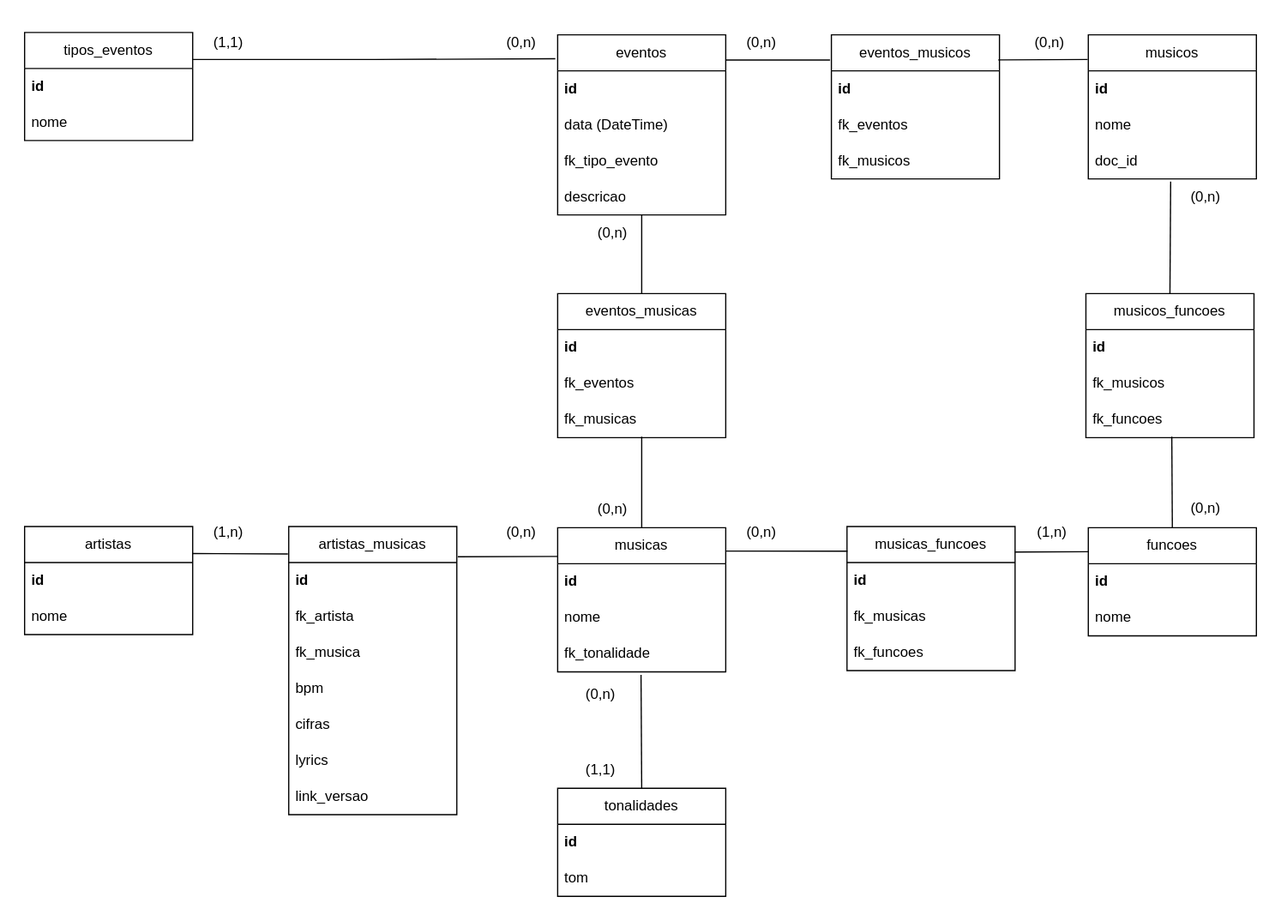
This is doc/assets/modelo_entidade_relacionamento-MER_ver4.drawio.svg from gabriel-txt/EscalaCanto, a draw.io export, as it was before one commit. Source tidied: cells renumbered, new cells last; positions are measured from the earlier drawing's top-left corner, leaving out a move shared by most shapes.
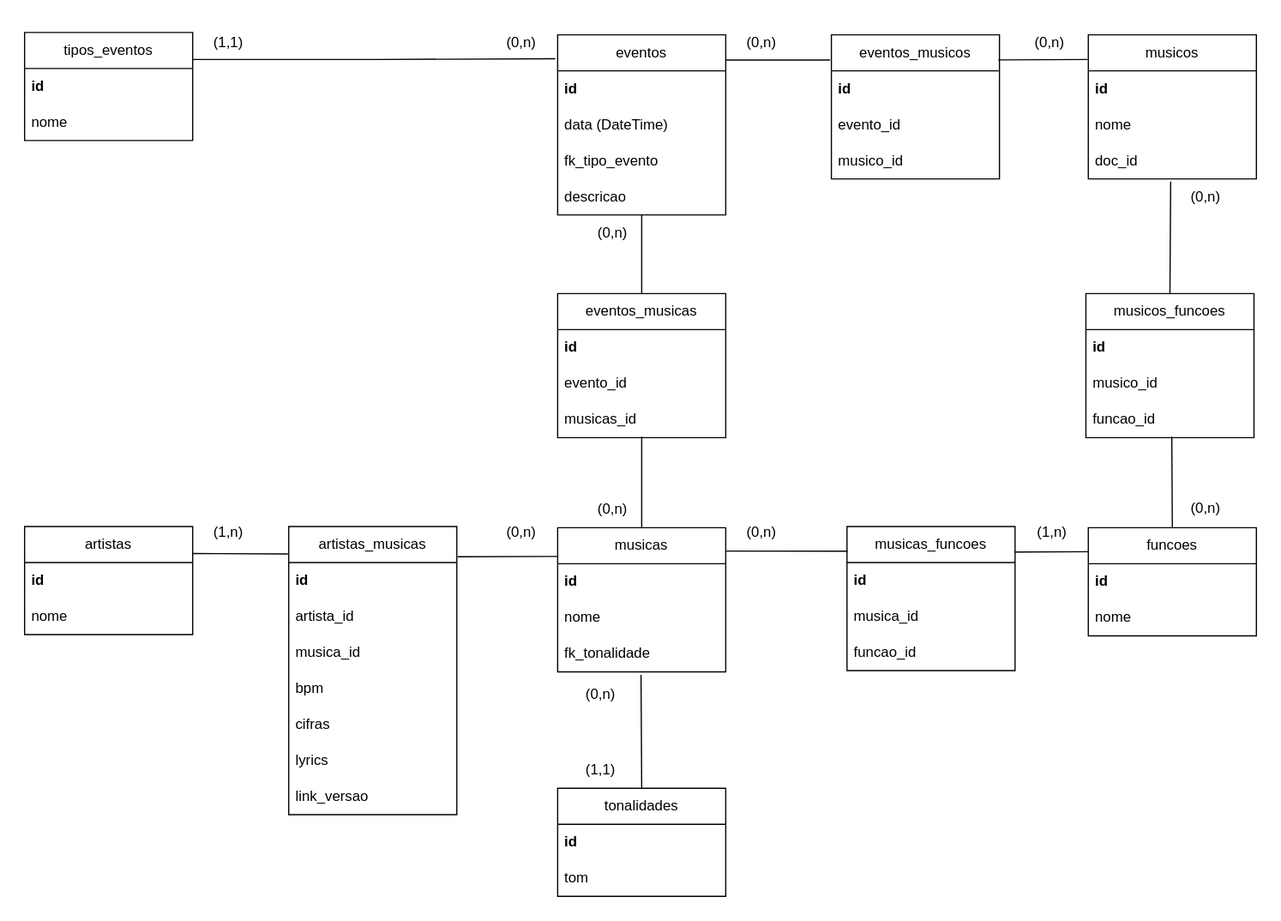
Above is the later version.

Commit message:
Adição da explicação sobre a nomenclatura dos ids

What changed in the source:
```diff
@@ -83,10 +83,10 @@
     <mxCell id="28" value="&lt;b&gt;id&lt;/b&gt;" style="text;strokeColor=none;fillColor=none;align=left;verticalAlign=middle;spacingLeft=4;spacingRight=4;overflow=hidden;whiteSpace=wrap;html=1;" parent="27" vertex="1">
       <mxGeometry y="30" width="140" height="30" as="geometry" />
     </mxCell>
-    <mxCell id="29" value="fk_artista" style="text;strokeColor=none;fillColor=none;align=left;verticalAlign=middle;spacingLeft=4;spacingRight=4;overflow=hidden;whiteSpace=wrap;html=1;" parent="27" vertex="1">
+    <mxCell id="29" value="artista_id" style="text;strokeColor=none;fillColor=none;align=left;verticalAlign=middle;spacingLeft=4;spacingRight=4;overflow=hidden;whiteSpace=wrap;html=1;" parent="27" vertex="1">
       <mxGeometry y="60" width="140" height="30" as="geometry" />
     </mxCell>
-    <mxCell id="30" value="fk_musica" style="text;strokeColor=none;fillColor=none;align=left;verticalAlign=middle;spacingLeft=4;spacingRight=4;overflow=hidden;whiteSpace=wrap;html=1;" parent="27" vertex="1">
+    <mxCell id="30" value="musica_id" style="text;strokeColor=none;fillColor=none;align=left;verticalAlign=middle;spacingLeft=4;spacingRight=4;overflow=hidden;whiteSpace=wrap;html=1;" parent="27" vertex="1">
       <mxGeometry y="90" width="140" height="30" as="geometry" />
     </mxCell>
     <mxCell id="31" value="bpm" style="text;strokeColor=none;fillColor=none;align=left;verticalAlign=middle;spacingLeft=4;spacingRight=4;overflow=hidden;whiteSpace=wrap;html=1;" parent="27" vertex="1">
@@ -125,10 +125,10 @@
     <mxCell id="42" value="&lt;b&gt;id&lt;/b&gt;" style="text;strokeColor=none;fillColor=none;align=left;verticalAlign=middle;spacingLeft=4;spacingRight=4;overflow=hidden;whiteSpace=wrap;html=1;" parent="41" vertex="1">
       <mxGeometry y="30" width="140" height="30" as="geometry" />
     </mxCell>
-    <mxCell id="43" value="fk_eventos" style="text;strokeColor=none;fillColor=none;align=left;verticalAlign=middle;spacingLeft=4;spacingRight=4;overflow=hidden;whiteSpace=wrap;html=1;" parent="41" vertex="1">
+    <mxCell id="43" value="evento_id" style="text;strokeColor=none;fillColor=none;align=left;verticalAlign=middle;spacingLeft=4;spacingRight=4;overflow=hidden;whiteSpace=wrap;html=1;" parent="41" vertex="1">
       <mxGeometry y="60" width="140" height="30" as="geometry" />
     </mxCell>
-    <mxCell id="44" value="fk_musicas" style="text;strokeColor=none;fillColor=none;align=left;verticalAlign=middle;spacingLeft=4;spacingRight=4;overflow=hidden;points=[[0,0.5],[1,0.5]];portConstraint=eastwest;whiteSpace=wrap;html=1;" parent="41" vertex="1">
+    <mxCell id="44" value="musicas_id" style="text;strokeColor=none;fillColor=none;align=left;verticalAlign=middle;spacingLeft=4;spacingRight=4;overflow=hidden;points=[[0,0.5],[1,0.5]];portConstraint=eastwest;whiteSpace=wrap;html=1;" parent="41" vertex="1">
       <mxGeometry y="90" width="140" height="30" as="geometry" />
     </mxCell>
     <mxCell id="45" style="endArrow=none;html=1;exitX=0.5;exitY=0;exitDx=0;exitDy=0;entryX=0.5;entryY=1;entryDx=0;entryDy=0;" parent="1" edge="1" source="41" target="18">
@@ -158,10 +158,10 @@
     <mxCell id="53" value="&lt;b&gt;id&lt;/b&gt;" style="text;strokeColor=none;fillColor=none;align=left;verticalAlign=middle;spacingLeft=4;spacingRight=4;overflow=hidden;whiteSpace=wrap;html=1;" parent="52" vertex="1">
       <mxGeometry y="30" width="140" height="30" as="geometry" />
     </mxCell>
-    <mxCell id="54" value="fk_musicas" style="text;strokeColor=none;fillColor=none;align=left;verticalAlign=middle;spacingLeft=4;spacingRight=4;overflow=hidden;whiteSpace=wrap;html=1;" parent="52" vertex="1">
+    <mxCell id="54" value="musica_id" style="text;strokeColor=none;fillColor=none;align=left;verticalAlign=middle;spacingLeft=4;spacingRight=4;overflow=hidden;whiteSpace=wrap;html=1;" parent="52" vertex="1">
       <mxGeometry y="60" width="140" height="30" as="geometry" />
     </mxCell>
-    <mxCell id="55" value="fk_funcoes" style="text;strokeColor=none;fillColor=none;align=left;verticalAlign=middle;spacingLeft=4;spacingRight=4;overflow=hidden;whiteSpace=wrap;html=1;" parent="52" vertex="1">
+    <mxCell id="55" value="funcao_id" style="text;strokeColor=none;fillColor=none;align=left;verticalAlign=middle;spacingLeft=4;spacingRight=4;overflow=hidden;whiteSpace=wrap;html=1;" parent="52" vertex="1">
       <mxGeometry y="90" width="140" height="30" as="geometry" />
     </mxCell>
     <mxCell id="56" value="funcoes" style="swimlane;fontStyle=0;horizontal=1;startSize=30;whiteSpace=wrap;html=1;" parent="1" vertex="1">
@@ -185,10 +185,10 @@
     <mxCell id="62" value="&lt;b&gt;id&lt;/b&gt;" style="text;strokeColor=none;fillColor=none;align=left;verticalAlign=middle;spacingLeft=4;spacingRight=4;overflow=hidden;whiteSpace=wrap;html=1;" parent="61" vertex="1">
       <mxGeometry y="30" width="140" height="30" as="geometry" />
     </mxCell>
-    <mxCell id="63" value="fk_eventos" style="text;strokeColor=none;fillColor=none;align=left;verticalAlign=middle;spacingLeft=4;spacingRight=4;overflow=hidden;whiteSpace=wrap;html=1;" parent="61" vertex="1">
+    <mxCell id="63" value="evento_id" style="text;strokeColor=none;fillColor=none;align=left;verticalAlign=middle;spacingLeft=4;spacingRight=4;overflow=hidden;whiteSpace=wrap;html=1;" parent="61" vertex="1">
       <mxGeometry y="60" width="140" height="30" as="geometry" />
     </mxCell>
-    <mxCell id="64" value="fk_musicos" style="text;strokeColor=none;fillColor=none;align=left;verticalAlign=middle;spacingLeft=4;spacingRight=4;overflow=hidden;whiteSpace=wrap;html=1;" parent="61" vertex="1">
+    <mxCell id="64" value="musico_id" style="text;strokeColor=none;fillColor=none;align=left;verticalAlign=middle;spacingLeft=4;spacingRight=4;overflow=hidden;whiteSpace=wrap;html=1;" parent="61" vertex="1">
       <mxGeometry y="90" width="140" height="30" as="geometry" />
     </mxCell>
     <mxCell id="65" value="musicos" style="swimlane;fontStyle=0;horizontal=1;startSize=30;whiteSpace=wrap;html=1;" parent="1" vertex="1">
@@ -218,10 +218,10 @@
     <mxCell id="73" value="&lt;b&gt;id&lt;/b&gt;" style="text;strokeColor=none;fillColor=none;align=left;verticalAlign=middle;spacingLeft=4;spacingRight=4;overflow=hidden;whiteSpace=wrap;html=1;" parent="72" vertex="1">
       <mxGeometry y="30" width="140" height="30" as="geometry" />
     </mxCell>
-    <mxCell id="74" value="fk_musicos" style="text;strokeColor=none;fillColor=none;align=left;verticalAlign=middle;spacingLeft=4;spacingRight=4;overflow=hidden;whiteSpace=wrap;html=1;" parent="72" vertex="1">
+    <mxCell id="74" value="musico_id" style="text;strokeColor=none;fillColor=none;align=left;verticalAlign=middle;spacingLeft=4;spacingRight=4;overflow=hidden;whiteSpace=wrap;html=1;" parent="72" vertex="1">
       <mxGeometry y="60" width="140" height="30" as="geometry" />
     </mxCell>
-    <mxCell id="75" value="fk_funcoes" style="text;strokeColor=none;fillColor=none;align=left;verticalAlign=middle;spacingLeft=4;spacingRight=4;overflow=hidden;points=[[0,0.5],[1,0.5]];portConstraint=eastwest;whiteSpace=wrap;html=1;" parent="72" vertex="1">
+    <mxCell id="75" value="funcao_id" style="text;strokeColor=none;fillColor=none;align=left;verticalAlign=middle;spacingLeft=4;spacingRight=4;overflow=hidden;points=[[0,0.5],[1,0.5]];portConstraint=eastwest;whiteSpace=wrap;html=1;" parent="72" vertex="1">
       <mxGeometry y="90" width="140" height="30" as="geometry" />
     </mxCell>
     <mxCell id="76" style="endArrow=none;html=1;entryX=0.49;entryY=1.076;entryDx=0;entryDy=0;entryPerimeter=0;exitX=0.5;exitY=0;exitDx=0;exitDy=0;" parent="1" edge="1" source="72" target="68">
```
